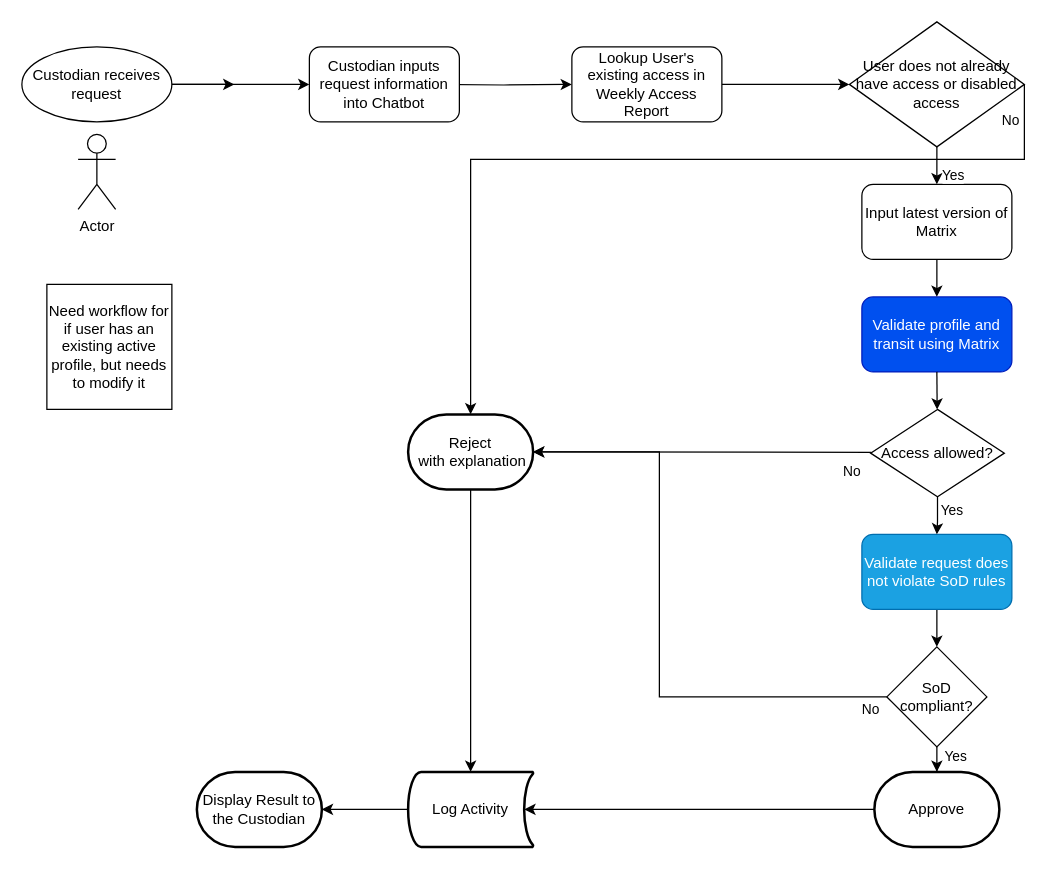
Earlier version of the draw.io diagram CustodianWorkflow.drawio (michaelbarbara/ai-agents-for-beginners). Source tidied: cells renumbered, new cells numbered last; positions are measured from the earlier drawing's top-left corner, leaving out a move shared by most shapes. Both pictures are drawn from the tidied source at 125%, with x=0, y=0 at pixel (21, 21).
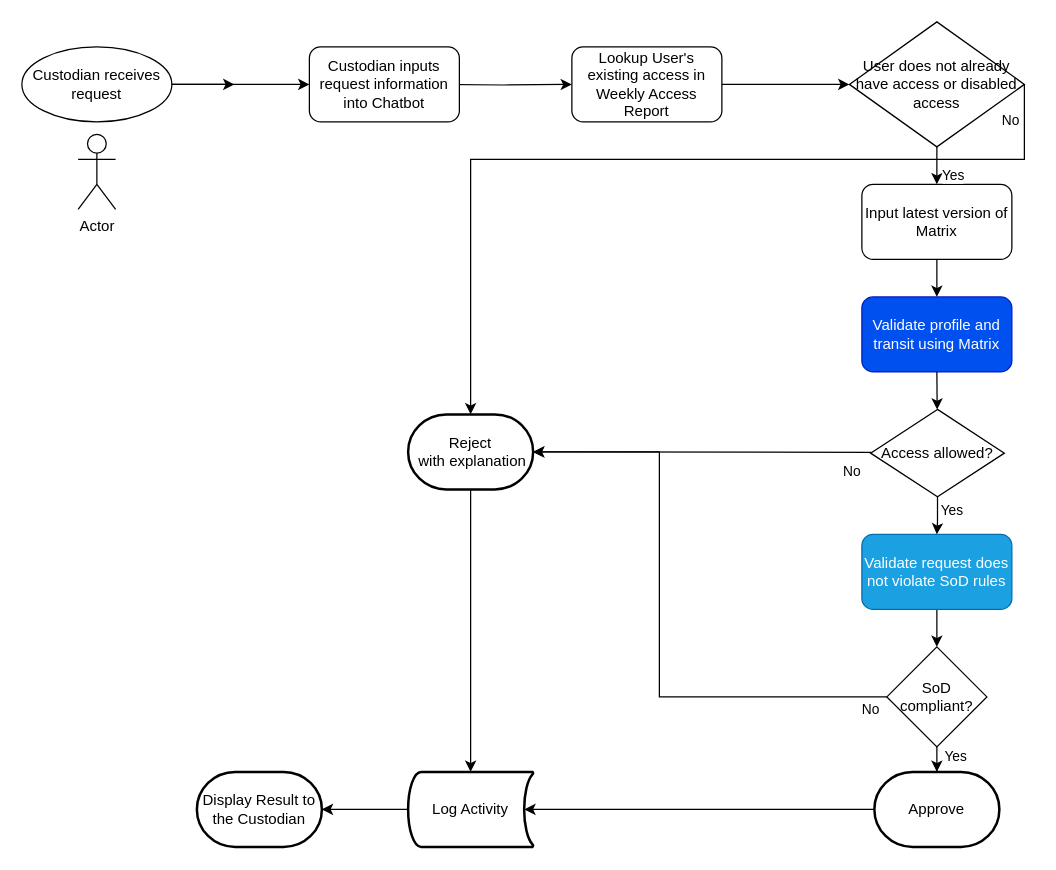
The same page after the edit.

The edit, as a diff of the source:
```diff
@@
-    <mxCell id="38" value="Need workflow for if user has an existing active profile, but needs to modify it" style="whiteSpace=wrap;html=1;" parent="1" vertex="1">
-      <mxGeometry x="20" y="210" width="100" height="100" as="geometry" />
-    </mxCell>
```
